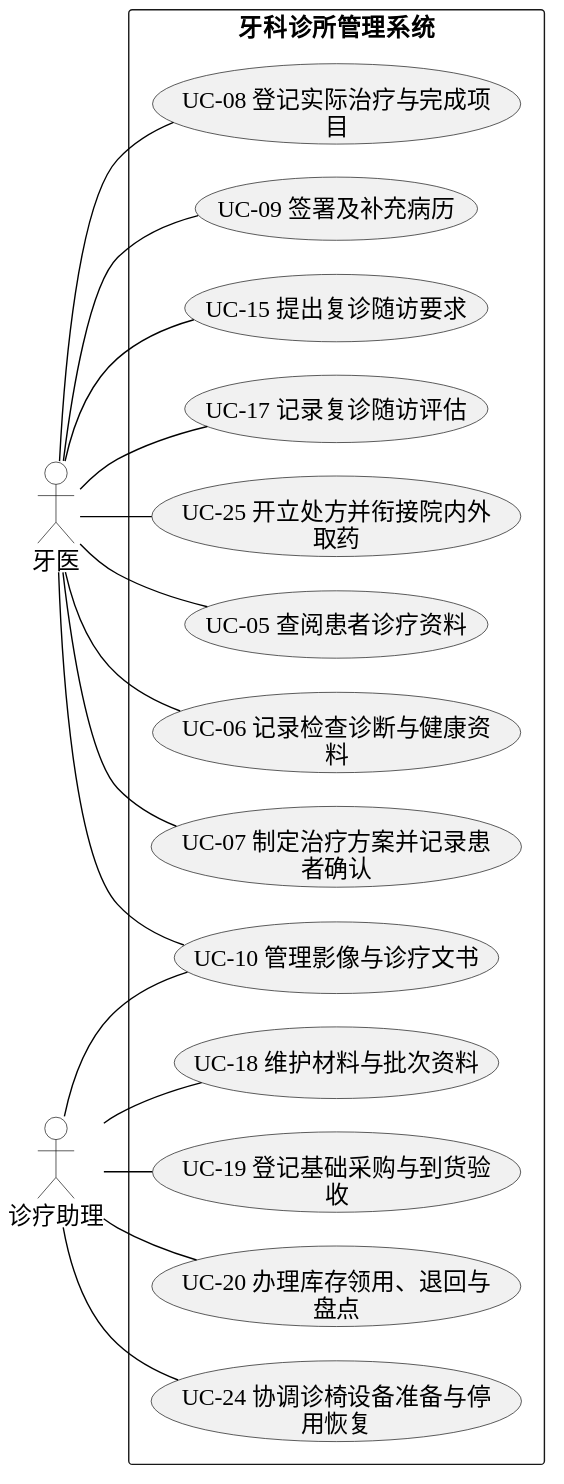
Earlier version of the PlantUML export 01-需求文档/diagrams/integrated-20261019/system-role-2.svg (Shawmc-creator/systemAnalyseAndDesign). Its source is kept beside it as 01-需求文档/diagrams/integrated-20261019/system-role-2.puml.
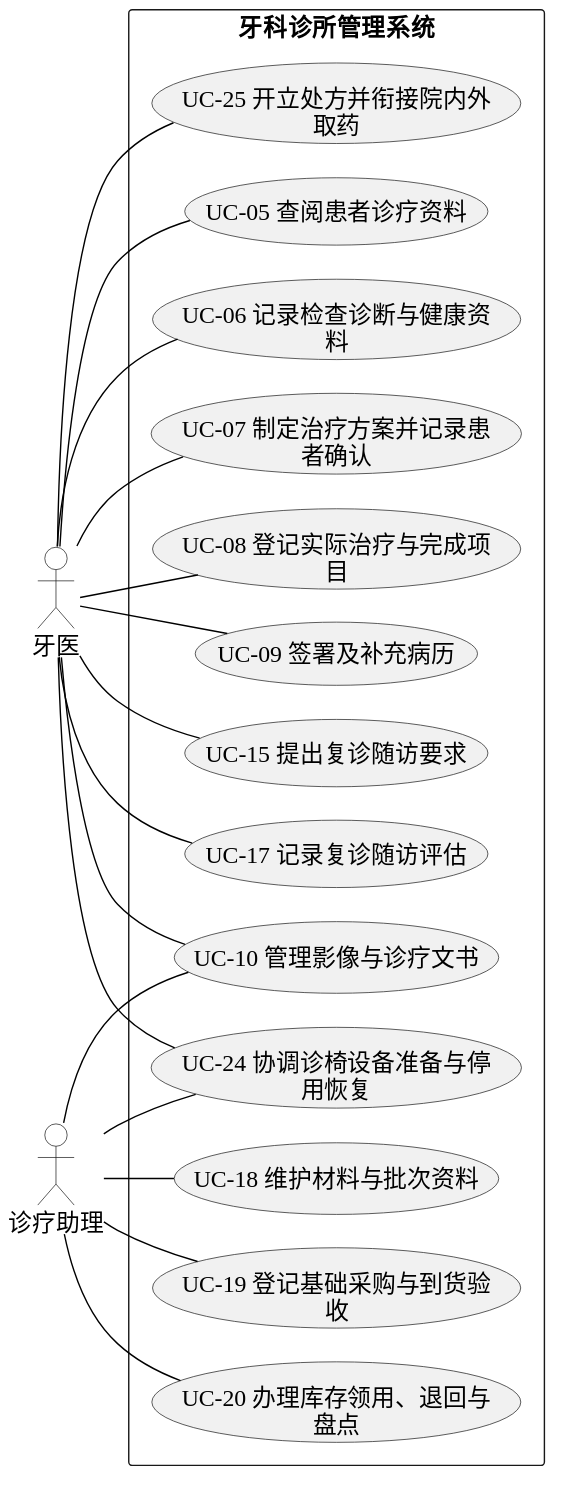
After the change.

What changed in the source:
```diff
@@ -40,6 +40,7 @@
 A0 -- U10
 A0 -- U15
 A0 -- U17
+A0 -- U24
 A0 -- U25
 A1 -- U10
 A1 -- U18
```
